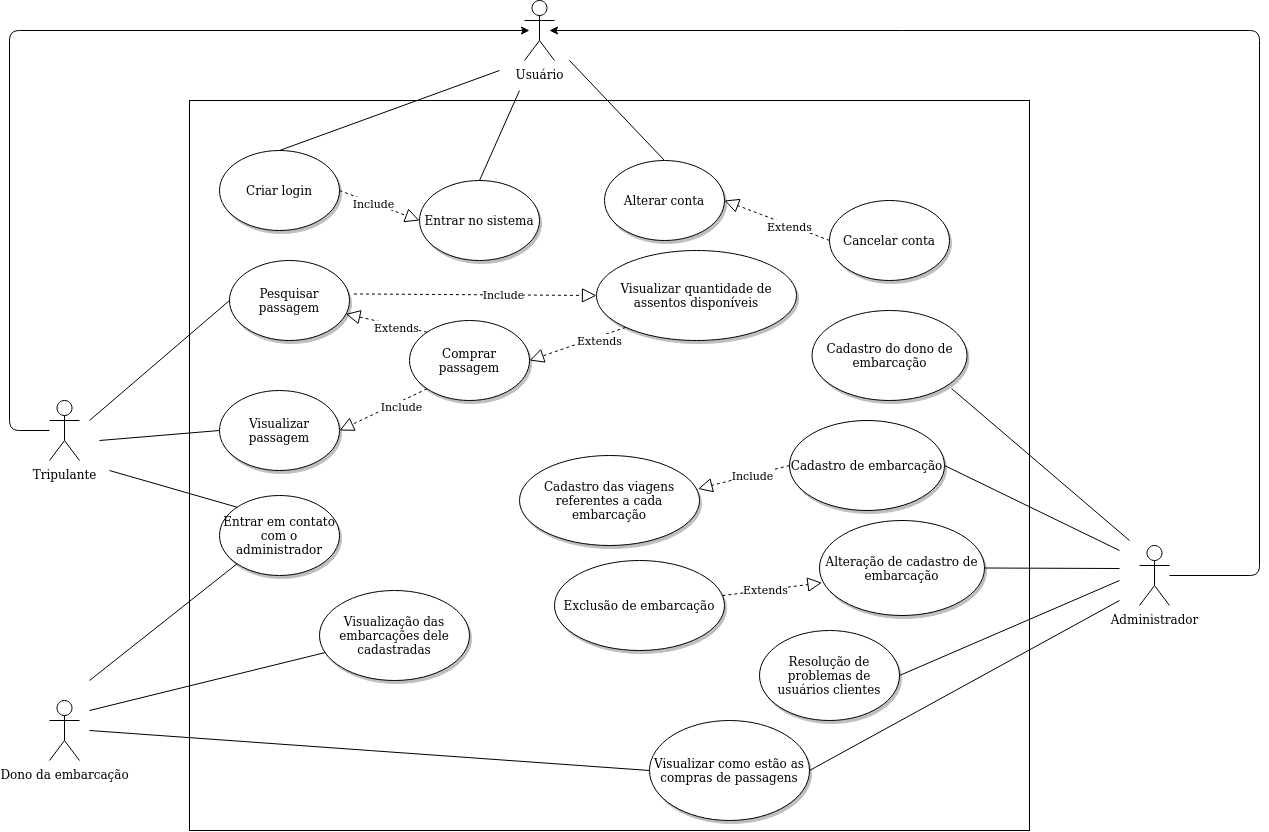
Before: docs/diagramas/Diagrama_Casos_de_Uso.png, a diagram exported from draw.io (fga-eps-mds/2020.1-Ziguen). Source tidied: cells renumbered, new cells last; positions are measured from the earlier drawing's top-left corner, leaving out a move shared by most shapes.
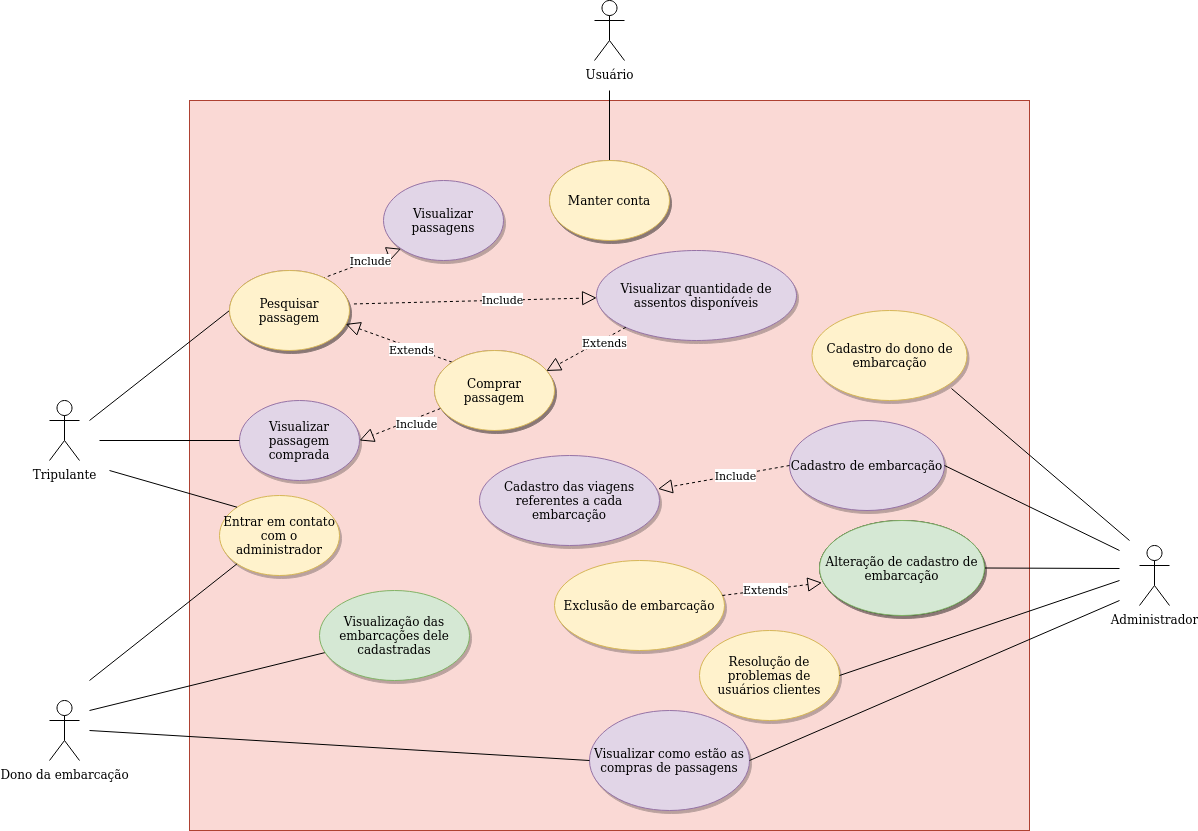
Above is the later version.

Commit message:
docs(#47): Updating Use cases diagram

Change to the diagram source:
```diff
@@ -2,7 +2,7 @@
   <root>
     <mxCell id="0" />
     <mxCell id="1" parent="0" />
-    <mxCell id="2" style="rounded=0;whiteSpace=wrap;html=1;" parent="1" vertex="1">
+    <mxCell id="2" style="rounded=0;whiteSpace=wrap;html=1;fillColor=#fad9d5;strokeColor=#ae4132;" parent="1" vertex="1">
       <mxGeometry x="180" y="100" width="840" height="730" as="geometry" />
     </mxCell>
     <mxCell id="3" value="Dono da embarcação" style="shape=umlActor;verticalLabelPosition=bottom;verticalAlign=top;html=1;" parent="1" vertex="1">
@@ -14,68 +14,26 @@
     <mxCell id="5" value="Administrador" style="shape=umlActor;verticalLabelPosition=bottom;verticalAlign=top;html=1;" parent="1" vertex="1">
       <mxGeometry x="1130" y="545" width="30" height="60" as="geometry" />
     </mxCell>
-    <mxCell id="6" value="Criar login" style="ellipse;whiteSpace=wrap;html=1;shadow=1;" parent="1" vertex="1">
-      <mxGeometry x="210" y="150" width="120" height="80" as="geometry" />
+    <mxCell id="6" value="Manter conta" style="ellipse;whiteSpace=wrap;html=1;shadow=1;fillColor=#e1d5e7;strokeColor=#9673a6;" parent="1" vertex="1">
+      <mxGeometry x="540" y="160" width="120" height="80" as="geometry" />
     </mxCell>
-    <mxCell id="7" value="Entrar no sistema" style="ellipse;whiteSpace=wrap;html=1;shadow=1;" parent="1" vertex="1">
-      <mxGeometry x="410" y="180" width="120" height="80" as="geometry" />
-    </mxCell>
-    <mxCell id="8" value="Comprar passagem" style="ellipse;whiteSpace=wrap;html=1;shadow=1;" parent="1" vertex="1">
-      <mxGeometry x="400" y="320" width="120" height="80" as="geometry" />
+    <mxCell id="8" value="Comprar passagem" style="ellipse;whiteSpace=wrap;html=1;shadow=1;fillColor=#e1d5e7;strokeColor=#9673a6;" parent="1" vertex="1">
+      <mxGeometry x="425" y="350" width="120" height="80" as="geometry" />
     </mxCell>
-    <mxCell id="9" value="Cancelar conta" style="ellipse;whiteSpace=wrap;html=1;shadow=1;" parent="1" vertex="1">
-      <mxGeometry x="820" y="200" width="120" height="80" as="geometry" />
-    </mxCell>
-    <mxCell id="10" value="Visualizar passagem" style="ellipse;whiteSpace=wrap;html=1;shadow=1;" parent="1" vertex="1">
-      <mxGeometry x="210" y="390" width="120" height="80" as="geometry" />
+    <mxCell id="10" value="&lt;div&gt;Visualizar passagem comprada&lt;br&gt;&lt;/div&gt;" style="ellipse;whiteSpace=wrap;html=1;shadow=1;fillColor=#e1d5e7;strokeColor=#9673a6;" parent="1" vertex="1">
+      <mxGeometry x="230" y="400" width="120" height="80" as="geometry" />
     </mxCell>
-    <mxCell id="11" value="Pesquisar passagem" style="ellipse;whiteSpace=wrap;html=1;shadow=1;" parent="1" vertex="1">
-      <mxGeometry x="220" y="260" width="120" height="80" as="geometry" />
+    <mxCell id="11" value="Pesquisar passagem" style="ellipse;whiteSpace=wrap;html=1;shadow=1;fillColor=#e1d5e7;strokeColor=#9673a6;" parent="1" vertex="1">
+      <mxGeometry x="220" y="270" width="120" height="80" as="geometry" />
     </mxCell>
-    <mxCell id="12" style="endArrow=block;dashed=1;endFill=0;endSize=12;html=1;exitX=1;exitY=0.5;exitDx=0;exitDy=0;entryX=0;entryY=0.5;entryDx=0;entryDy=0;" parent="1" edge="1" source="6" target="7">
-      <mxGeometry relative="1" as="geometry" />
-    </mxCell>
-    <mxCell id="13" value="Include" style="edgeLabel;html=1;align=center;verticalAlign=middle;" parent="12" vertex="1">
-      <mxGeometry x="-0.2" relative="1" as="geometry" />
-    </mxCell>
     <mxCell id="14" value="Usuário" style="shape=umlActor;verticalLabelPosition=bottom;verticalAlign=top;html=1;" parent="1" vertex="1">
-      <mxGeometry x="515" width="30" height="60" as="geometry" />
+      <mxGeometry x="585" width="30" height="60" as="geometry" />
     </mxCell>
-    <mxCell id="15" style="endArrow=classic;html=1;" parent="1" edge="1">
-      <mxGeometry relative="1" as="geometry">
-        <mxPoint x="40" y="430" as="sourcePoint" />
-        <mxPoint x="520" y="30" as="targetPoint" />
-        <Array as="points">
-          <mxPoint y="430" />
-          <mxPoint y="30" />
-        </Array>
-      </mxGeometry>
-    </mxCell>
-    <mxCell id="16" style="endArrow=classic;html=1;" parent="1" edge="1">
-      <mxGeometry relative="1" as="geometry">
-        <mxPoint x="1160" y="575" as="sourcePoint" />
-        <mxPoint x="540" y="30" as="targetPoint" />
-        <Array as="points">
-          <mxPoint x="1250" y="575" />
-          <mxPoint x="1250" y="30" />
-        </Array>
-      </mxGeometry>
-    </mxCell>
     <mxCell id="17" style="endArrow=none;html=1;exitX=0.5;exitY=0;exitDx=0;exitDy=0;" parent="1" edge="1" source="6">
       <mxGeometry relative="1" as="geometry">
-        <mxPoint x="490" y="70" as="targetPoint" />
+        <mxPoint x="600" y="90" as="targetPoint" />
       </mxGeometry>
     </mxCell>
-    <mxCell id="18" style="endArrow=none;html=1;entryX=0.5;entryY=0;entryDx=0;entryDy=0;" parent="1" edge="1" target="7">
-      <mxGeometry relative="1" as="geometry">
-        <mxPoint x="510" y="90" as="sourcePoint" />
-      </mxGeometry>
-    </mxCell>
-    <mxCell id="19" style="endArrow=none;html=1;entryX=0.5;entryY=0;entryDx=0;entryDy=0;" parent="1" edge="1" target="29">
-      <mxGeometry relative="1" as="geometry">
-        <mxPoint x="560" y="60" as="sourcePoint" />
-      </mxGeometry>
-    </mxCell>
     <mxCell id="20" style="endArrow=none;html=1;entryX=0;entryY=0.5;entryDx=0;entryDy=0;" parent="1" edge="1" target="11">
       <mxGeometry relative="1" as="geometry">
         <mxPoint x="80" y="420" as="sourcePoint" />
@@ -87,7 +45,7 @@
     <mxCell id="22" value="Extends" style="edgeLabel;html=1;align=center;verticalAlign=middle;" parent="21" vertex="1">
       <mxGeometry x="-0.25" y="1" relative="1" as="geometry" />
     </mxCell>
-    <mxCell id="23" style="endArrow=block;dashed=1;endFill=0;endSize=12;html=1;exitX=0;exitY=1;exitDx=0;exitDy=0;entryX=1;entryY=0.5;entryDx=0;entryDy=0;" parent="1" edge="1" source="8" target="10">
+    <mxCell id="23" style="endArrow=block;dashed=1;endFill=0;endSize=12;html=1;exitX=0.05;exitY=0.725;exitDx=0;exitDy=0;entryX=1;entryY=0.5;entryDx=0;entryDy=0;exitPerimeter=0;" parent="1" edge="1" source="8" target="10">
       <mxGeometry relative="1" as="geometry" />
     </mxCell>
     <mxCell id="24" value="Include" style="edgeLabel;html=1;align=center;verticalAlign=middle;" parent="23" vertex="1">
@@ -98,27 +56,24 @@
         <mxPoint x="90" y="440" as="targetPoint" />
       </mxGeometry>
     </mxCell>
-    <mxCell id="26" value="Visualizar como estão as compras de passagens" style="ellipse;whiteSpace=wrap;html=1;shadow=1;" parent="1" vertex="1">
-      <mxGeometry x="640" y="720" width="160" height="100" as="geometry" />
+    <mxCell id="26" value="Visualizar como estão as compras de passagens" style="ellipse;whiteSpace=wrap;html=1;shadow=1;fillColor=#e1d5e7;strokeColor=#9673a6;" parent="1" vertex="1">
+      <mxGeometry x="580" y="710" width="160" height="100" as="geometry" />
     </mxCell>
     <mxCell id="27" style="endArrow=none;html=1;exitX=0;exitY=0.5;exitDx=0;exitDy=0;" parent="1" edge="1" source="26">
       <mxGeometry relative="1" as="geometry">
         <mxPoint x="80" y="730" as="targetPoint" />
       </mxGeometry>
     </mxCell>
-    <mxCell id="28" value="Cadastro de embarcação" style="ellipse;whiteSpace=wrap;html=1;shadow=1;" parent="1" vertex="1">
+    <mxCell id="28" value="Cadastro de embarcação" style="ellipse;whiteSpace=wrap;html=1;shadow=1;fillColor=#e1d5e7;strokeColor=#9673a6;" parent="1" vertex="1">
       <mxGeometry x="780" y="420" width="155" height="90" as="geometry" />
     </mxCell>
-    <mxCell id="29" value="Alterar conta" style="ellipse;whiteSpace=wrap;html=1;shadow=1;" parent="1" vertex="1">
-      <mxGeometry x="595" y="160" width="120" height="80" as="geometry" />
-    </mxCell>
-    <mxCell id="30" value="Cadastro das viagens referentes a cada embarcação" style="ellipse;whiteSpace=wrap;html=1;shadow=1;" parent="1" vertex="1">
-      <mxGeometry x="510" y="455" width="180" height="90" as="geometry" />
+    <mxCell id="30" value="Cadastro das viagens referentes a cada embarcação" style="ellipse;whiteSpace=wrap;html=1;shadow=1;fillColor=#e1d5e7;strokeColor=#9673a6;" parent="1" vertex="1">
+      <mxGeometry x="470" y="455" width="180" height="90" as="geometry" />
     </mxCell>
-    <mxCell id="31" value="Entrar em contato com o administrador" style="ellipse;whiteSpace=wrap;html=1;shadow=1;" parent="1" vertex="1">
+    <mxCell id="31" value="Entrar em contato com o administrador" style="ellipse;whiteSpace=wrap;html=1;shadow=1;fillColor=#fff2cc;strokeColor=#d6b656;" parent="1" vertex="1">
       <mxGeometry x="210" y="495" width="120" height="80" as="geometry" />
     </mxCell>
-    <mxCell id="32" value="Visualizar quantidade de assentos disponíveis" style="ellipse;whiteSpace=wrap;html=1;shadow=1;" parent="1" vertex="1">
+    <mxCell id="32" value="Visualizar quantidade de assentos disponíveis" style="ellipse;whiteSpace=wrap;html=1;shadow=1;fillColor=#e1d5e7;strokeColor=#9673a6;" parent="1" vertex="1">
       <mxGeometry x="587" y="250" width="200" height="90" as="geometry" />
     </mxCell>
     <mxCell id="33" style="endArrow=none;html=1;entryX=1;entryY=0.5;entryDx=0;entryDy=0;" parent="1" edge="1" target="26">
@@ -155,18 +110,12 @@
     <mxCell id="40" value="Include" style="edgeLabel;html=1;align=center;verticalAlign=middle;" parent="39" vertex="1">
       <mxGeometry x="0.22" y="1" relative="1" as="geometry" />
     </mxCell>
-    <mxCell id="41" style="endArrow=block;dashed=1;endFill=0;endSize=12;html=1;exitX=0;exitY=0.5;exitDx=0;exitDy=0;entryX=1;entryY=0.5;entryDx=0;entryDy=0;" parent="1" edge="1" source="9" target="29">
-      <mxGeometry relative="1" as="geometry" />
-    </mxCell>
-    <mxCell id="42" value="Extends" style="edgeLabel;html=1;align=center;verticalAlign=middle;" parent="41" vertex="1">
-      <mxGeometry x="-0.24" y="1" relative="1" as="geometry" />
-    </mxCell>
     <mxCell id="43" style="endArrow=none;html=1;" parent="1" edge="1" target="53">
       <mxGeometry relative="1" as="geometry">
         <mxPoint x="80" y="710" as="sourcePoint" />
       </mxGeometry>
     </mxCell>
-    <mxCell id="44" value="Exclusão de embarcação" style="ellipse;whiteSpace=wrap;html=1;shadow=1;" parent="1" vertex="1">
+    <mxCell id="44" value="Exclusão de embarcação" style="ellipse;whiteSpace=wrap;html=1;shadow=1;fillColor=#fff2cc;strokeColor=#d6b656;" parent="1" vertex="1">
       <mxGeometry x="545" y="560" width="170" height="90" as="geometry" />
     </mxCell>
     <mxCell id="45" value="Alteração de cadastro de embarcação" style="ellipse;whiteSpace=wrap;html=1;shadow=1;sketch=0;" parent="1" vertex="1">
@@ -185,15 +134,15 @@
         <mxPoint x="1110" y="568" as="sourcePoint" />
       </mxGeometry>
     </mxCell>
-    <mxCell id="49" value="Resolução de problemas de usuários clientes" style="ellipse;whiteSpace=wrap;html=1;shadow=1;sketch=0;" parent="1" vertex="1">
-      <mxGeometry x="750" y="630" width="140" height="90" as="geometry" />
+    <mxCell id="49" value="Resolução de problemas de usuários clientes" style="ellipse;whiteSpace=wrap;html=1;shadow=1;sketch=0;fillColor=#fff2cc;strokeColor=#d6b656;" parent="1" vertex="1">
+      <mxGeometry x="690" y="630" width="140" height="90" as="geometry" />
     </mxCell>
     <mxCell id="50" style="endArrow=none;html=1;exitX=1;exitY=0.5;exitDx=0;exitDy=0;" parent="1" edge="1" source="49">
       <mxGeometry relative="1" as="geometry">
         <mxPoint x="1110" y="580" as="targetPoint" />
       </mxGeometry>
     </mxCell>
-    <mxCell id="51" style="endArrow=block;dashed=1;endFill=0;endSize=12;html=1;exitX=0;exitY=1;exitDx=0;exitDy=0;entryX=1;entryY=0.5;entryDx=0;entryDy=0;" parent="1" edge="1" source="32" target="8">
+    <mxCell id="51" style="endArrow=block;dashed=1;endFill=0;endSize=12;html=1;exitX=0;exitY=1;exitDx=0;exitDy=0;entryX=0.932;entryY=0.256;entryDx=0;entryDy=0;entryPerimeter=0;" parent="1" edge="1" source="32" target="8">
       <mxGeometry relative="1" as="geometry" />
     </mxCell>
     <mxCell id="52" value="Extends" style="edgeLabel;html=1;align=center;verticalAlign=middle;" parent="51" vertex="1">
@@ -201,10 +150,10 @@
         <mxPoint x="-1" as="offset" />
       </mxGeometry>
     </mxCell>
-    <mxCell id="53" value="Visualização das embarcações dele cadastradas" style="ellipse;whiteSpace=wrap;html=1;shadow=1;" parent="1" vertex="1">
+    <mxCell id="53" value="Visualização das embarcações dele cadastradas" style="ellipse;whiteSpace=wrap;html=1;shadow=1;fillColor=#d5e8d4;strokeColor=#82b366;" parent="1" vertex="1">
       <mxGeometry x="310" y="590" width="150" height="90" as="geometry" />
     </mxCell>
-    <mxCell id="54" value="Cadastro do dono de embarcação" style="ellipse;whiteSpace=wrap;html=1;shadow=1;" parent="1" vertex="1">
+    <mxCell id="54" value="Cadastro do dono de embarcação" style="ellipse;whiteSpace=wrap;html=1;shadow=1;fillColor=#fff2cc;strokeColor=#d6b656;" parent="1" vertex="1">
       <mxGeometry x="802.5" y="310" width="155" height="90" as="geometry" />
     </mxCell>
     <mxCell id="55" style="endArrow=none;html=1;exitX=0.9;exitY=0.867;exitDx=0;exitDy=0;exitPerimeter=0;" parent="1" edge="1" source="54">
@@ -212,5 +161,26 @@
         <mxPoint x="1120" y="540" as="targetPoint" />
       </mxGeometry>
     </mxCell>
+    <mxCell id="56" value="Visualizar passagens" style="ellipse;whiteSpace=wrap;html=1;shadow=1;fillColor=#e1d5e7;strokeColor=#9673a6;" parent="1" vertex="1">
+      <mxGeometry x="374" y="180" width="120" height="80" as="geometry" />
+    </mxCell>
+    <mxCell id="57" style="endArrow=block;dashed=1;endFill=0;endSize=12;html=1;exitX=0.772;exitY=0.1;exitDx=0;exitDy=0;exitPerimeter=0;entryX=0;entryY=1;entryDx=0;entryDy=0;" parent="1" edge="1" source="11" target="56">
+      <mxGeometry relative="1" as="geometry" />
+    </mxCell>
+    <mxCell id="13" value="Include" style="edgeLabel;html=1;align=center;verticalAlign=middle;" parent="57" vertex="1">
+      <mxGeometry x="0.22" y="1" relative="1" as="geometry" />
+    </mxCell>
+    <mxCell id="58" value="Alteração de cadastro de embarcação" style="ellipse;whiteSpace=wrap;html=1;shadow=1;sketch=0;fillColor=#d5e8d4;strokeColor=#82b366;" parent="1" vertex="1">
+      <mxGeometry x="810" y="520" width="165" height="95" as="geometry" />
+    </mxCell>
+    <mxCell id="59" value="Pesquisar passagem" style="ellipse;whiteSpace=wrap;html=1;shadow=1;fillColor=#fff2cc;strokeColor=#d6b656;" parent="1" vertex="1">
+      <mxGeometry x="220" y="270" width="120" height="80" as="geometry" />
+    </mxCell>
+    <mxCell id="60" value="Manter conta" style="ellipse;whiteSpace=wrap;html=1;shadow=1;fillColor=#fff2cc;strokeColor=#d6b656;" parent="1" vertex="1">
+      <mxGeometry x="540" y="160" width="120" height="80" as="geometry" />
+    </mxCell>
+    <mxCell id="61" value="Comprar passagem" style="ellipse;whiteSpace=wrap;html=1;shadow=1;fillColor=#fff2cc;strokeColor=#d6b656;" parent="1" vertex="1">
+      <mxGeometry x="425" y="350" width="120" height="80" as="geometry" />
+    </mxCell>
   </root>
 </mxGraphModel>
```
